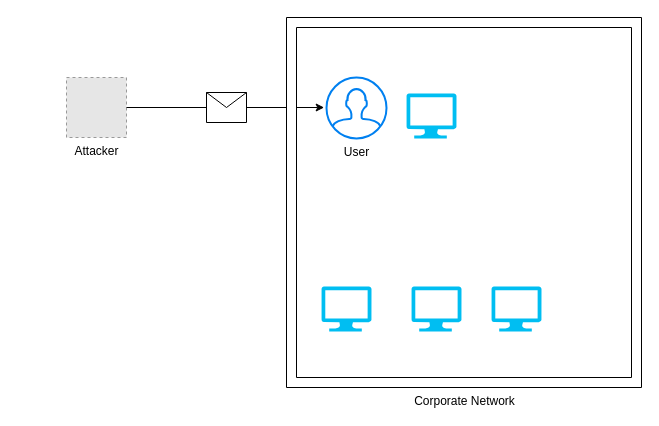
Earlier version of the draw.io diagram Omnious.drawio (miminasyan/Controls_test). Source tidied: cells renumbered, new cells numbered last; positions are measured from the earlier drawing's top-left corner, leaving out a move shared by most shapes. Both pictures are drawn from the tidied source at 100%, with x=0, y=0 at pixel (66, 17). Pictures stored in the file or linked from it are replaced by grey dashed boxes.
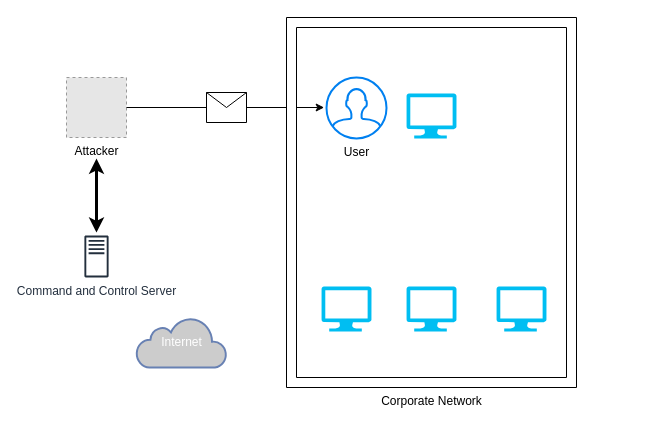
The same diagram, later.

The edit, as a diff of the source:
```diff
@@
 <mxGraphModel>
   <root>
     <mxCell id="0" />
     <mxCell id="1" parent="0" />
     <mxCell id="2" value="Attacker" style="fillColor=#E6E6E6;strokeColor=#999999;dashed=1;html=1;verticalAlign=top;verticalLabelPosition=bottom;labelBackgroundColor=#ffffff;" parent="1" vertex="1">
       <mxGeometry y="60" width="60" height="60" as="geometry" />
     </mxCell>
     <mxCell id="3" value="User" style="html=1;verticalLabelPosition=bottom;align=center;labelBackgroundColor=#ffffff;verticalAlign=top;strokeWidth=2;strokeColor=#0080F0;shadow=0;dashed=0;shape=mxgraph.ios7.icons.user;" parent="1" vertex="1">
       <mxGeometry x="260" y="60" width="60" height="61" as="geometry" />
     </mxCell>
     <mxCell id="4" style="endArrow=classic;html=1;rounded=0;exitX=1;exitY=0.5;exitDx=0;exitDy=0;entryX=-0.039;entryY=0.492;entryDx=0;entryDy=0;entryPerimeter=0;" parent="1" edge="1" source="2" target="3">
       <mxGeometry relative="1" as="geometry" />
     </mxCell>
     <mxCell id="5" style="shape=message;html=1;" parent="4" vertex="1">
       <mxGeometry width="40" height="30" relative="1" as="geometry">
         <mxPoint x="-19" y="-15" as="offset" />
       </mxGeometry>
     </mxCell>
     <mxCell id="6" style="verticalLabelPosition=bottom;html=1;verticalAlign=top;align=center;strokeColor=none;fillColor=#00BEF2;shape=mxgraph.azure.computer;" parent="1" vertex="1">
       <mxGeometry x="340" y="76" width="50" height="45" as="geometry" />
     </mxCell>
     <mxCell id="7" style="verticalLabelPosition=bottom;html=1;verticalAlign=top;align=center;strokeColor=none;fillColor=#00BEF2;shape=mxgraph.azure.computer;" parent="1" vertex="1">
-      <mxGeometry x="425" y="269" width="50" height="45" as="geometry" />
+      <mxGeometry x="430" y="269" width="50" height="45" as="geometry" />
     </mxCell>
     <mxCell id="8" style="verticalLabelPosition=bottom;html=1;verticalAlign=top;align=center;strokeColor=none;fillColor=#00BEF2;shape=mxgraph.azure.computer;" parent="1" vertex="1">
       <mxGeometry x="255" y="269" width="50" height="45" as="geometry" />
     </mxCell>
     <mxCell id="9" style="verticalLabelPosition=bottom;html=1;verticalAlign=top;align=center;strokeColor=none;fillColor=#00BEF2;shape=mxgraph.azure.computer;" parent="1" vertex="1">
-      <mxGeometry x="345" y="269" width="50" height="45" as="geometry" />
+      <mxGeometry x="340" y="269" width="50" height="45" as="geometry" />
     </mxCell>
     <mxCell id="10" value="Corporate Network" style="verticalLabelPosition=bottom;verticalAlign=top;html=1;shape=mxgraph.basic.frame;dx=10;" parent="1" vertex="1">
-      <mxGeometry x="220" width="355" height="370" as="geometry" />
+      <mxGeometry x="220" width="290" height="370" as="geometry" />
     </mxCell>
+    <mxCell id="11" style="edgeStyle=orthogonalEdgeStyle;rounded=0;jettySize=auto;html=1;targetPerimeterSpacing=3;sourcePerimeterSpacing=3;strokeWidth=3;startArrow=classic;startFill=1;" parent="1" edge="1" source="12">
+      <mxGeometry relative="1" as="geometry">
+        <mxPoint x="30" y="141" as="targetPoint" />
+      </mxGeometry>
+    </mxCell>
+    <mxCell id="12" value="Command and Control Server" style="sketch=0;outlineConnect=0;fontColor=#232F3E;gradientColor=none;fillColor=#232F3D;strokeColor=none;dashed=0;verticalLabelPosition=bottom;verticalAlign=top;align=center;html=1;fontSize=12;fontStyle=0;shape=mxgraph.aws4.traditional_server;" parent="1" vertex="1">
+      <mxGeometry x="17.9" y="218" width="24.2" height="42" as="geometry" />
+    </mxCell>
+    <mxCell id="13" value="Internet" style="html=1;fillColor=#CCCCCC;strokeColor=#6881B3;gradientColor=none;gradientDirection=north;strokeWidth=2;shape=mxgraph.networks.cloud;fontColor=#ffffff;" parent="1" vertex="1">
+      <mxGeometry x="70" y="300" width="90" height="50" as="geometry" />
+    </mxCell>
   </root>
 </mxGraphModel>
```
